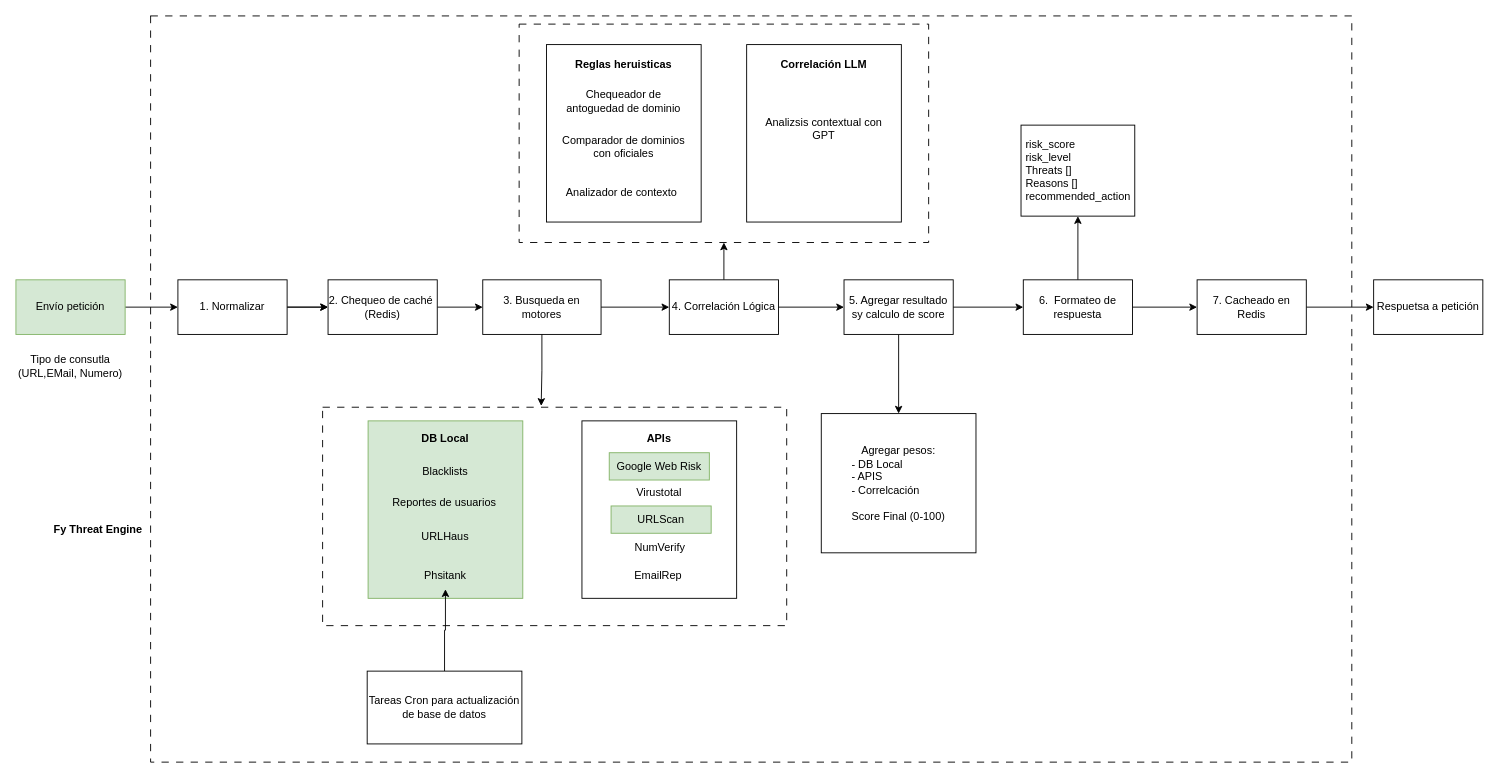
Earlier version of the draw.io diagram docs/diagramas/Fy-Analysis.drawio (DamianPerez-GL/Trackfy). Source tidied: cells renumbered, new cells numbered last; positions are measured from the earlier drawing's top-left corner, leaving out a move shared by most shapes. Both pictures are drawn from the tidied source at 91%, with x=0, y=0 at pixel (15, 15).
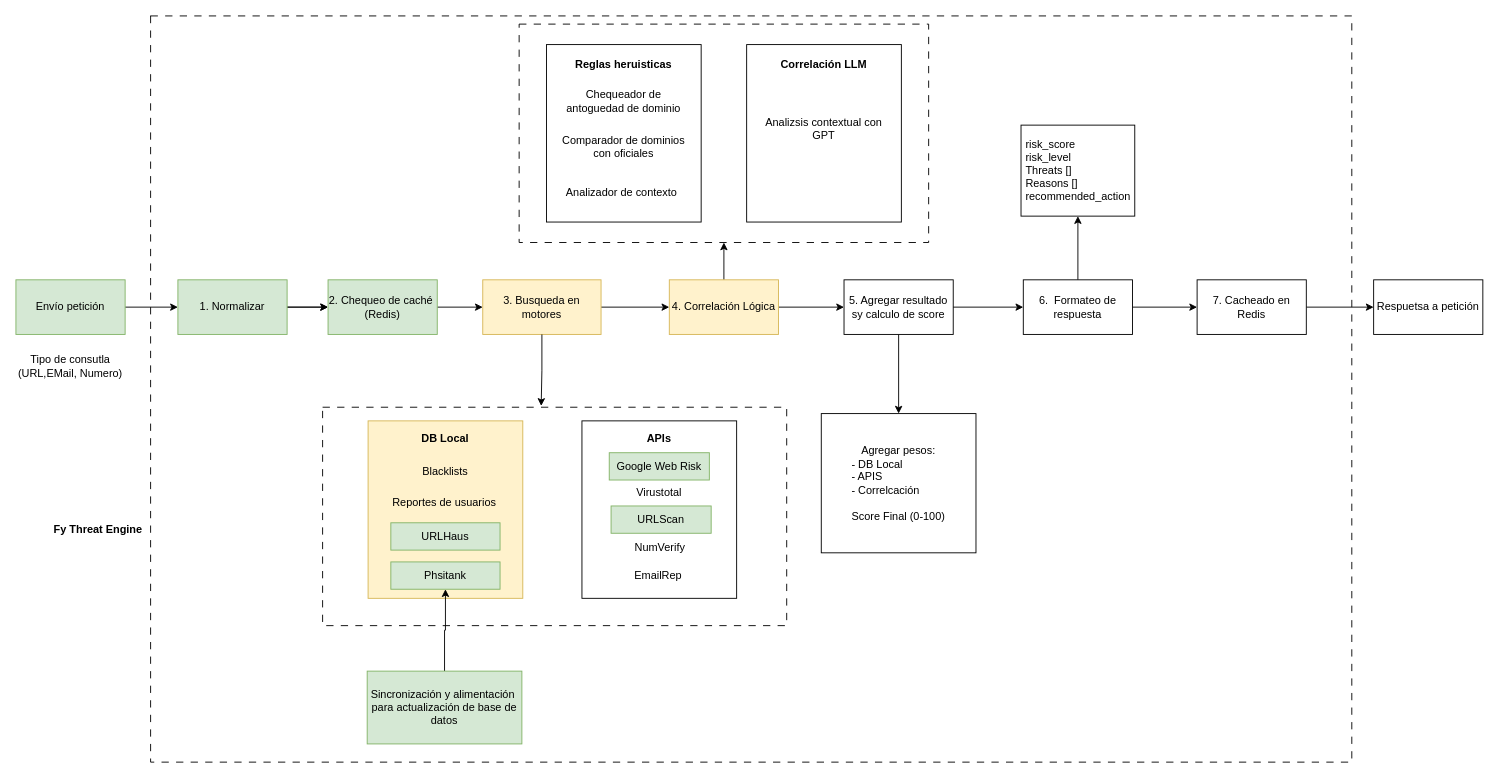
Above is the later version.

Change to the diagram source:
```diff
@@
-    <mxCell id="6" value="2. Chequeo de caché&amp;nbsp;&lt;div&gt;(Redis)&lt;/div&gt;" style="whiteSpace=wrap;html=1;" parent="1" vertex="1">
+    <mxCell id="6" value="2. Chequeo de caché&amp;nbsp;&lt;div&gt;(Redis)&lt;/div&gt;" style="whiteSpace=wrap;html=1;fillColor=#d5e8d4;strokeColor=#82b366;" parent="1" vertex="1">
       <mxGeometry x="343" y="290" width="120" height="60" as="geometry" />
     </mxCell>
@@
-    <mxCell id="9" value="3. Busqueda en motores" style="whiteSpace=wrap;html=1;" parent="1" vertex="1">
+    <mxCell id="9" value="3. Busqueda en motores" style="whiteSpace=wrap;html=1;fillColor=#fff2cc;strokeColor=#d6b656;" parent="1" vertex="1">
       <mxGeometry x="513" y="290" width="130" height="60" as="geometry" />
     </mxCell>
@@
-    <mxCell id="12" value="4. Correlación Lógica" style="whiteSpace=wrap;html=1;" parent="1" vertex="1">
+    <mxCell id="12" value="4. Correlación Lógica" style="whiteSpace=wrap;html=1;fillColor=#fff2cc;strokeColor=#d6b656;" parent="1" vertex="1">
       <mxGeometry x="718" y="290" width="120" height="60" as="geometry" />
     </mxCell>
@@
-    <mxCell id="14" style="whiteSpace=wrap;html=1;fillColor=#d5e8d4;strokeColor=#82b366;" parent="1" vertex="1">
+    <mxCell id="14" style="whiteSpace=wrap;html=1;fillColor=#fff2cc;strokeColor=#d6b656;" parent="1" vertex="1">
       <mxGeometry x="387" y="445" width="170" height="195" as="geometry" />
     </mxCell>
@@
-    <mxCell id="18" value="Google Web Risk" style="text;html=1;whiteSpace=wrap;strokeColor=#82b366;fillColor=#d5e8d4;align=center;verticalAlign=middle;rounded=0;" parent="1" vertex="1">
+    <mxCell id="18" value="Google Web Risk" style="text;html=1;whiteSpace=wrap;align=center;verticalAlign=middle;rounded=0;fillColor=#d5e8d4;strokeColor=#82b366;" parent="1" vertex="1">
       <mxGeometry x="652" y="480" width="110" height="30" as="geometry" />
     </mxCell>
@@
-    <mxCell id="22" value="URLHaus" style="text;html=1;whiteSpace=wrap;strokeColor=none;fillColor=none;align=center;verticalAlign=middle;rounded=0;" parent="1" vertex="1">
+    <mxCell id="22" value="URLHaus" style="text;html=1;whiteSpace=wrap;strokeColor=#82b366;fillColor=#d5e8d4;align=center;verticalAlign=middle;rounded=0;" parent="1" vertex="1">
       <mxGeometry x="412" y="557" width="120" height="30" as="geometry" />
     </mxCell>
-    <mxCell id="23" value="Phsitank" style="text;html=1;whiteSpace=wrap;strokeColor=none;fillColor=none;align=center;verticalAlign=middle;rounded=0;" parent="1" vertex="1">
+    <mxCell id="23" value="Phsitank" style="text;html=1;whiteSpace=wrap;strokeColor=#82b366;fillColor=#d5e8d4;align=center;verticalAlign=middle;rounded=0;" parent="1" vertex="1">
       <mxGeometry x="412" y="600" width="120" height="30" as="geometry" />
     </mxCell>
@@
-    <mxCell id="25" value="URLScan" style="text;html=1;whiteSpace=wrap;strokeColor=#82b366;fillColor=#d5e8d4;align=center;verticalAlign=middle;rounded=0;" parent="1" vertex="1">
+    <mxCell id="25" value="URLScan" style="text;html=1;whiteSpace=wrap;align=center;verticalAlign=middle;rounded=0;fillColor=#d5e8d4;strokeColor=#82b366;" parent="1" vertex="1">
       <mxGeometry x="654" y="538.5" width="110" height="30" as="geometry" />
     </mxCell>
@@
-    <mxCell id="40" value="&lt;span style=&quot;font-weight: normal;&quot;&gt;Tareas Cron para actualización de base de datos&lt;/span&gt;" style="whiteSpace=wrap;html=1;fontStyle=1;" parent="1" vertex="1">
+    <mxCell id="40" value="&lt;span style=&quot;font-weight: normal;&quot;&gt;Sincronización y alimentación&amp;nbsp; para actualización de base de datos&lt;/span&gt;" style="whiteSpace=wrap;html=1;fontStyle=1;fillColor=#d5e8d4;strokeColor=#82b366;" parent="1" vertex="1">
       <mxGeometry x="386" y="720" width="170" height="80" as="geometry" />
     </mxCell>
@@
-    <mxCell id="43" value="1. Normalizar" style="whiteSpace=wrap;html=1;" parent="1" vertex="1">
+    <mxCell id="43" value="1. Normalizar" style="whiteSpace=wrap;html=1;fillColor=#d5e8d4;strokeColor=#82b366;" parent="1" vertex="1">
       <mxGeometry x="178" y="290" width="120" height="60" as="geometry" />
     </mxCell>
```
